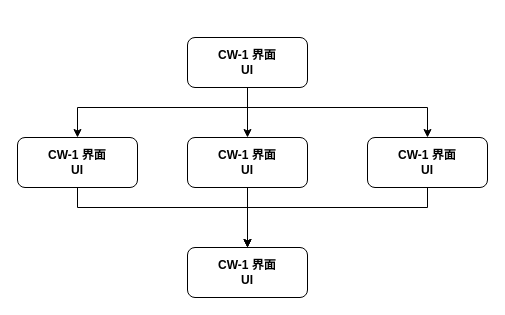
Before: cityWalk/通用版模块图.drawio in Richerlv/MyGraph, a draw.io diagram. Source tidied: cells renumbered, new cells numbered last; positions are measured from the earlier drawing's top-left corner, leaving out a move shared by most shapes. Both pictures are drawn from the tidied source at 100%, with x=0, y=0 at pixel (17, 37).
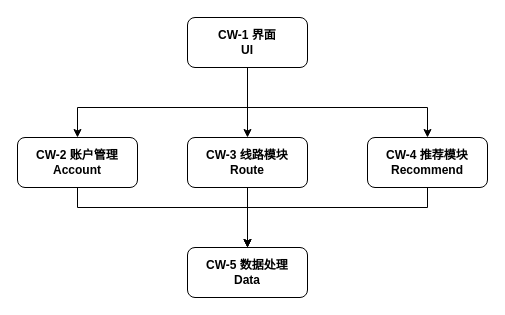
The same diagram, later.

Commit message (it also covers changes not shown here):
更新通用版模块图.drawio

Change to the diagram source:
```diff
@@
 <mxGraphModel>
   <root>
     <mxCell id="0" />
     <mxCell id="1" parent="0" />
     <mxCell id="2" style="edgeStyle=orthogonalEdgeStyle;rounded=0;jettySize=auto;html=1;entryX=0.5;entryY=0;entryDx=0;entryDy=0;" parent="1" edge="1" source="5" target="7">
       <mxGeometry relative="1" as="geometry">
         <Array as="points">
           <mxPoint x="230" y="70" />
           <mxPoint x="60" y="70" />
         </Array>
       </mxGeometry>
     </mxCell>
     <mxCell id="3" style="edgeStyle=orthogonalEdgeStyle;rounded=0;jettySize=auto;html=1;entryX=0.5;entryY=0;entryDx=0;entryDy=0;" parent="1" edge="1" source="5" target="9">
       <mxGeometry relative="1" as="geometry" />
     </mxCell>
     <mxCell id="4" style="edgeStyle=orthogonalEdgeStyle;rounded=0;jettySize=auto;html=1;entryX=0.5;entryY=0;entryDx=0;entryDy=0;" parent="1" edge="1" source="5" target="11">
       <mxGeometry relative="1" as="geometry">
         <Array as="points">
           <mxPoint x="230" y="70" />
           <mxPoint x="410" y="70" />
         </Array>
       </mxGeometry>
     </mxCell>
     <mxCell id="5" value="&lt;b&gt;CW-1 界面&lt;br&gt;UI&lt;/b&gt;" style="rounded=1;whiteSpace=wrap;html=1;" parent="1" vertex="1">
-      <mxGeometry x="170" width="120" height="50" as="geometry" />
+      <mxGeometry x="170" y="-20" width="120" height="50" as="geometry" />
     </mxCell>
     <mxCell id="6" style="edgeStyle=orthogonalEdgeStyle;rounded=0;jettySize=auto;html=1;" parent="1" edge="1" source="7" target="12">
       <mxGeometry relative="1" as="geometry">
         <Array as="points">
           <mxPoint x="60" y="170" />
           <mxPoint x="230" y="170" />
         </Array>
       </mxGeometry>
     </mxCell>
-    <mxCell id="7" value="&lt;b&gt;CW-1 界面&lt;br&gt;UI&lt;/b&gt;" style="rounded=1;whiteSpace=wrap;html=1;" parent="1" vertex="1">
+    <mxCell id="7" value="&lt;b&gt;CW-2 账户管理&lt;br&gt;Account&lt;/b&gt;" style="rounded=1;whiteSpace=wrap;html=1;" parent="1" vertex="1">
       <mxGeometry y="100" width="120" height="50" as="geometry" />
     </mxCell>
     <mxCell id="8" style="edgeStyle=orthogonalEdgeStyle;rounded=0;jettySize=auto;html=1;" parent="1" edge="1" source="9" target="12">
       <mxGeometry relative="1" as="geometry" />
     </mxCell>
-    <mxCell id="9" value="&lt;b&gt;CW-1 界面&lt;br&gt;UI&lt;/b&gt;" style="rounded=1;whiteSpace=wrap;html=1;" parent="1" vertex="1">
+    <mxCell id="9" value="&lt;b&gt;CW-3 线路模块&lt;br&gt;Route&lt;br&gt;&lt;/b&gt;" style="rounded=1;whiteSpace=wrap;html=1;" parent="1" vertex="1">
       <mxGeometry x="170" y="100" width="120" height="50" as="geometry" />
     </mxCell>
     <mxCell id="10" style="edgeStyle=orthogonalEdgeStyle;rounded=0;jettySize=auto;html=1;entryX=0.5;entryY=0;entryDx=0;entryDy=0;" parent="1" edge="1" source="11" target="12">
       <mxGeometry relative="1" as="geometry">
         <Array as="points">
           <mxPoint x="410" y="170" />
           <mxPoint x="230" y="170" />
         </Array>
       </mxGeometry>
     </mxCell>
-    <mxCell id="11" value="&lt;b&gt;CW-1 界面&lt;br&gt;UI&lt;/b&gt;" style="rounded=1;whiteSpace=wrap;html=1;" parent="1" vertex="1">
+    <mxCell id="11" value="&lt;b&gt;CW-4 推荐模块&lt;/b&gt;&lt;br&gt;&lt;b&gt;Recommend&lt;/b&gt;" style="rounded=1;whiteSpace=wrap;html=1;" parent="1" vertex="1">
       <mxGeometry x="350" y="100" width="120" height="50" as="geometry" />
     </mxCell>
-    <mxCell id="12" value="&lt;b&gt;CW-1 界面&lt;br&gt;UI&lt;/b&gt;" style="rounded=1;whiteSpace=wrap;html=1;" parent="1" vertex="1">
+    <mxCell id="12" value="&lt;b&gt;CW-5 数据处理&lt;br&gt;Data&lt;br&gt;&lt;/b&gt;" style="rounded=1;whiteSpace=wrap;html=1;" parent="1" vertex="1">
       <mxGeometry x="170" y="210" width="120" height="50" as="geometry" />
     </mxCell>
   </root>
 </mxGraphModel>
```
